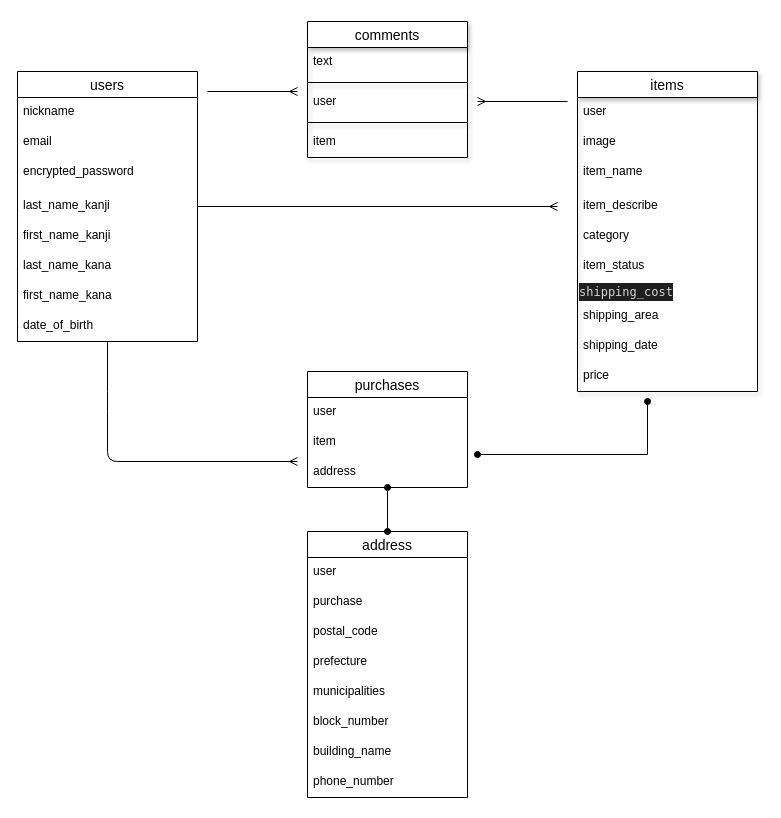
Earlier version of the draw.io diagram page "ページ1" (1 of 2) of furima.dio (taka-0713/furima-32616). Source tidied: cells renumbered, new cells numbered last; positions are measured from the earlier drawing's top-left corner, leaving out a move shared by most shapes. Both pictures are drawn from the tidied source at 100%, with x=0, y=0 at pixel (17, 21).
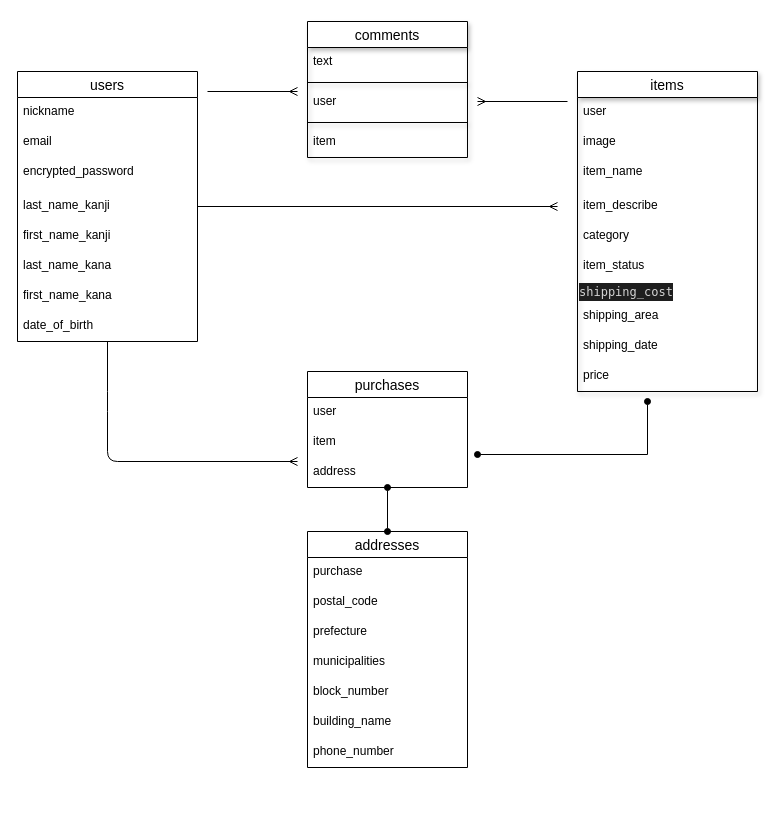
The same page after the edit.

Commit message (it also covers changes not shown here):
データベース設計(修正3回目)

Change to the diagram source:
```diff
@@
-    <mxCell id="25" value="address" style="swimlane;fontStyle=0;horizontal=1;startSize=26;align=center;fontSize=14;rounded=0;sketch=0;" parent="1" vertex="1">
-      <mxGeometry x="290" y="510" width="160" height="266" as="geometry" />
+    <mxCell id="25" value="addresses" style="swimlane;fontStyle=0;horizontal=1;startSize=26;align=center;fontSize=14;rounded=0;sketch=0;" parent="1" vertex="1">
+      <mxGeometry x="290" y="510" width="160" height="236" as="geometry" />
     </mxCell>
-    <mxCell id="26" value="user" style="text;strokeColor=none;fillColor=none;spacingLeft=4;spacingRight=4;overflow=hidden;fontSize=12;" parent="25" vertex="1">
-      <mxGeometry y="26" width="160" height="30" as="geometry" />
-    </mxCell>
     <mxCell id="27" value="purchase" style="text;strokeColor=none;fillColor=none;spacingLeft=4;spacingRight=4;overflow=hidden;fontSize=12;" parent="25" vertex="1">
-      <mxGeometry y="56" width="160" height="30" as="geometry" />
+      <mxGeometry y="26" width="160" height="30" as="geometry" />
     </mxCell>
     <mxCell id="28" value="postal_code" style="text;strokeColor=none;fillColor=none;spacingLeft=4;spacingRight=4;overflow=hidden;fontSize=12;" parent="25" vertex="1">
-      <mxGeometry y="86" width="160" height="30" as="geometry" />
+      <mxGeometry y="56" width="160" height="30" as="geometry" />
     </mxCell>
     <mxCell id="29" value="prefecture" style="text;strokeColor=none;fillColor=none;spacingLeft=4;spacingRight=4;overflow=hidden;fontSize=12;" parent="25" vertex="1">
-      <mxGeometry y="116" width="160" height="30" as="geometry" />
+      <mxGeometry y="86" width="160" height="30" as="geometry" />
     </mxCell>
     <mxCell id="30" value="municipalities" style="text;strokeColor=none;fillColor=none;spacingLeft=4;spacingRight=4;overflow=hidden;fontSize=12;" parent="25" vertex="1">
-      <mxGeometry y="146" width="160" height="30" as="geometry" />
+      <mxGeometry y="116" width="160" height="30" as="geometry" />
     </mxCell>
     <mxCell id="31" value="block_number" style="text;strokeColor=none;fillColor=none;spacingLeft=4;spacingRight=4;overflow=hidden;fontSize=12;" parent="25" vertex="1">
-      <mxGeometry y="176" width="160" height="30" as="geometry" />
+      <mxGeometry y="146" width="160" height="30" as="geometry" />
     </mxCell>
     <mxCell id="32" value="building_name" style="text;strokeColor=none;fillColor=none;spacingLeft=4;spacingRight=4;overflow=hidden;fontSize=12;" parent="25" vertex="1">
-      <mxGeometry y="206" width="160" height="30" as="geometry" />
+      <mxGeometry y="176" width="160" height="30" as="geometry" />
     </mxCell>
     <mxCell id="33" value="phone_number" style="text;strokeColor=none;fillColor=none;spacingLeft=4;spacingRight=4;overflow=hidden;fontSize=12;" parent="25" vertex="1">
-      <mxGeometry y="236" width="160" height="30" as="geometry" />
+      <mxGeometry y="206" width="160" height="30" as="geometry" />
     </mxCell>
```
